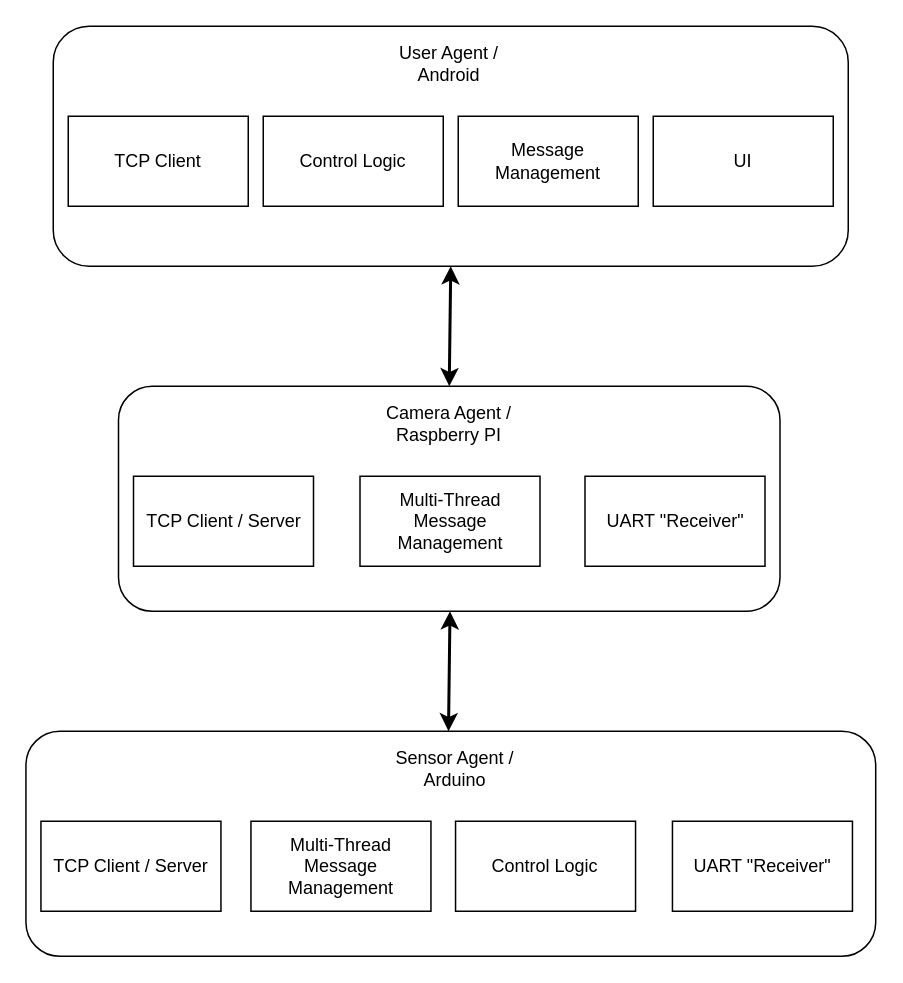
This is Software_Schema.drawio from bmarrao/TPSE, a draw.io file, before an edit. Source tidied: cells renumbered, new cells numbered last; positions are measured from the earlier drawing's top-left corner, leaving out a move shared by most shapes. Both pictures are drawn from the tidied source at 150%, with x=0, y=0 at pixel (26, 26).
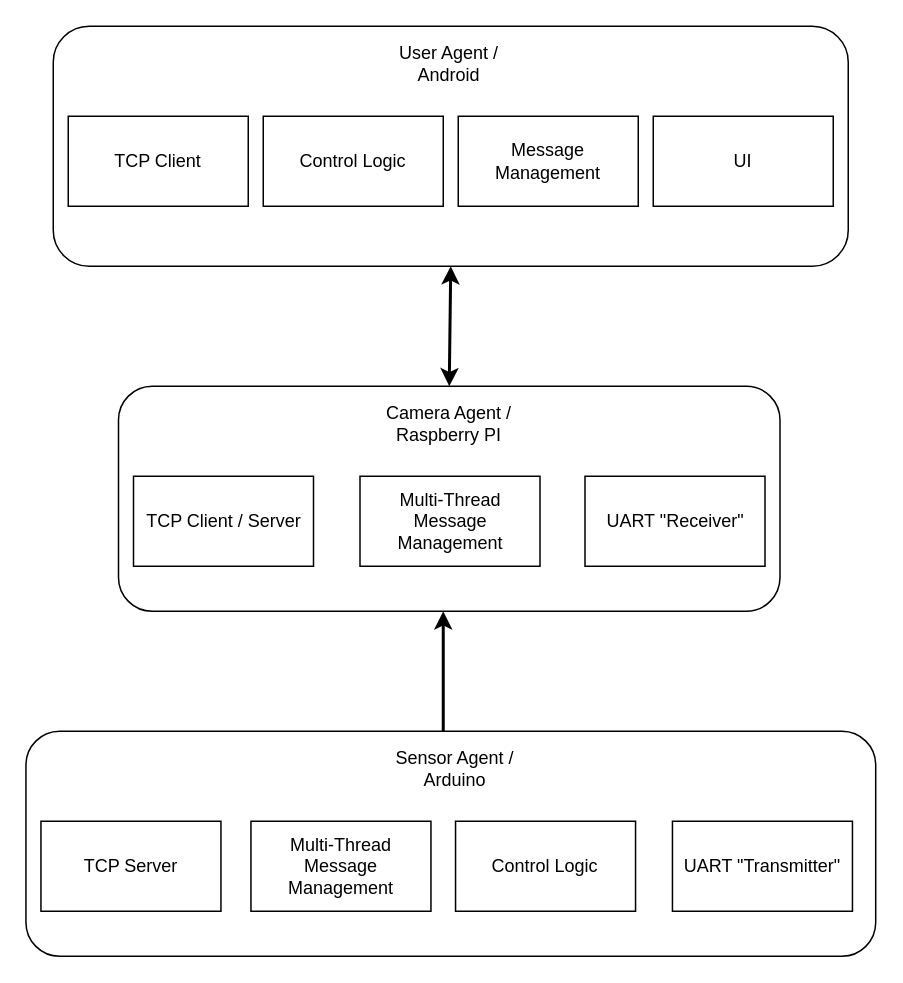
After the change.

Commit message:
Diagrama de Arquiteture de Software

The edit, as a diff of the source:
```diff
@@
-    <mxCell id="16" value="TCP Client / Server" style="rounded=0;whiteSpace=wrap;html=1;" parent="1" vertex="1">
+    <mxCell id="16" value="TCP Server" style="rounded=0;whiteSpace=wrap;html=1;" parent="1" vertex="1">
       <mxGeometry x="9.8" y="530" width="120" height="60" as="geometry" />
     </mxCell>
@@
-    <mxCell id="18" value="UART &quot;Receiver&quot;" style="rounded=0;whiteSpace=wrap;html=1;" parent="1" vertex="1">
+    <mxCell id="18" value="UART &quot;Transmitter&quot;" style="rounded=0;whiteSpace=wrap;html=1;" parent="1" vertex="1">
       <mxGeometry x="430.8" y="530" width="120" height="60" as="geometry" />
     </mxCell>
-    <mxCell id="19" style="endArrow=classic;startArrow=classic;html=1;rounded=0;strokeWidth=2;entryX=0.5;entryY=1;entryDx=0;entryDy=0;exitX=0.5;exitY=0;exitDx=0;exitDy=0;" parent="1" edge="1">
-      <mxGeometry relative="1" as="geometry">
-        <mxPoint x="281.5" y="470" as="sourcePoint" />
-        <mxPoint x="282.5" y="390" as="targetPoint" />
-      </mxGeometry>
-    </mxCell>
@@
+    <mxCell id="21" style="endArrow=classic;html=1;rounded=0;strokeWidth=2;" parent="1" edge="1">
+      <mxGeometry relative="1" as="geometry">
+        <mxPoint x="278" y="470" as="sourcePoint" />
+        <mxPoint x="278" y="390" as="targetPoint" />
+      </mxGeometry>
+    </mxCell>
```
